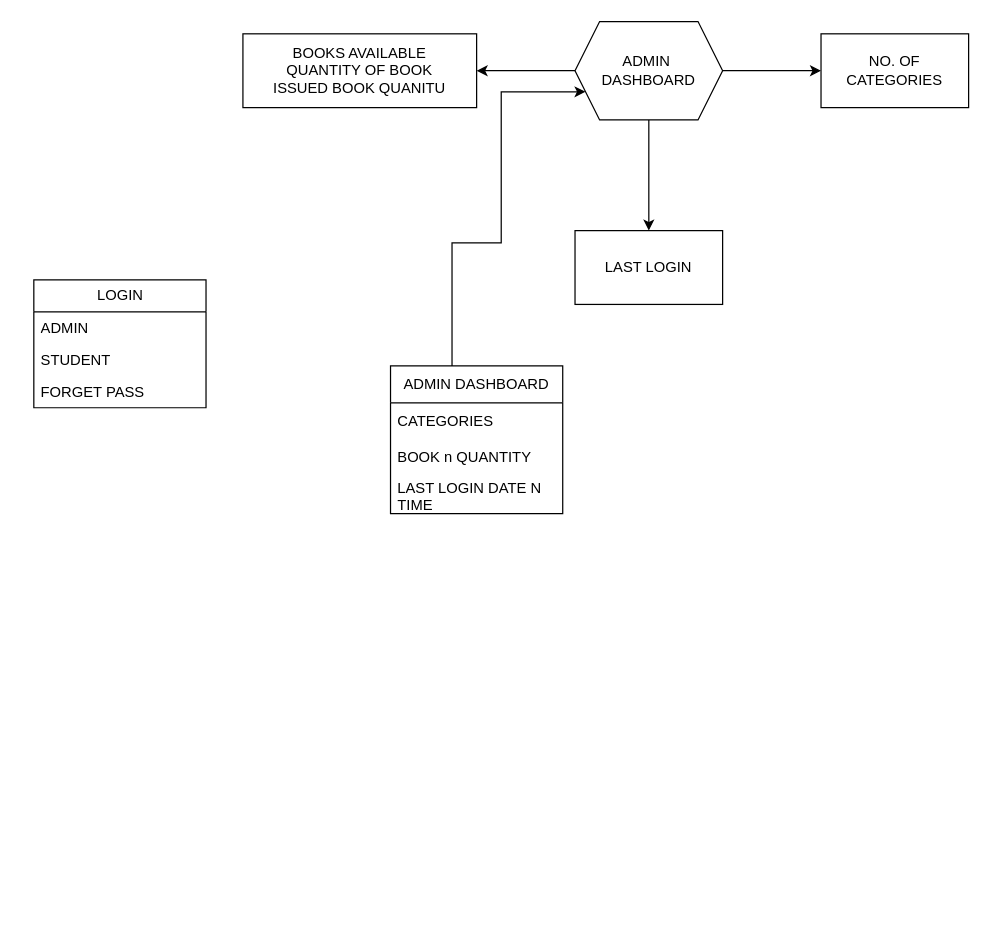
This is Untitled Diagram.drawio from Vyankatesh-Sabu/OOP-Project-2K24, a draw.io file, before an edit. Source tidied: cells renumbered, new cells numbered last; positions are measured from the earlier drawing's top-left corner, leaving out a move shared by most shapes. Both pictures are drawn from the tidied source at 123%, with x=0, y=0 at pixel (33, 21).
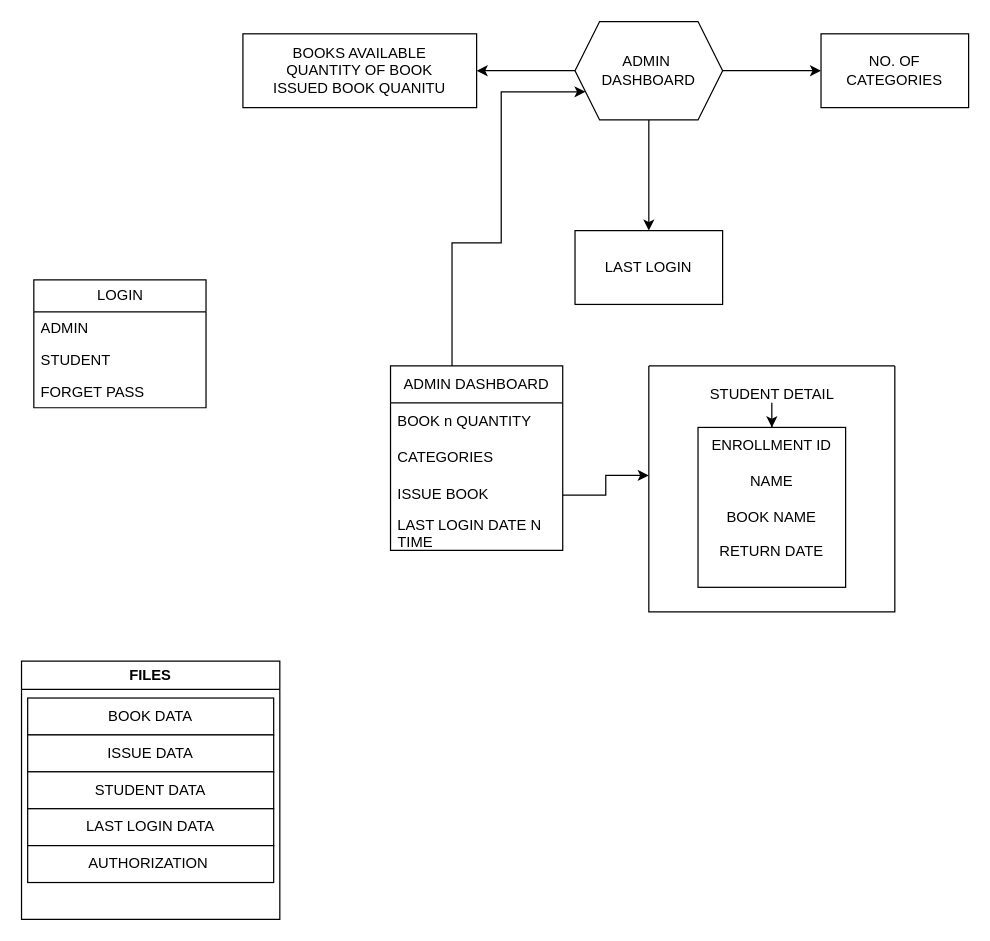
Above is the later version.

What changed in the source:
```diff
@@
     <mxCell id="14" value="ADMIN DASHBOARD" style="swimlane;fontStyle=0;horizontal=1;startSize=30;whiteSpace=wrap;html=1;" parent="1" vertex="1">
-      <mxGeometry x="290" y="280" width="140" height="120" as="geometry" />
+      <mxGeometry x="290" y="280" width="140" height="150" as="geometry" />
     </mxCell>
+    <mxCell id="16" value="BOOK n QUANTITY" style="text;strokeColor=none;fillColor=none;align=left;verticalAlign=middle;spacingLeft=4;spacingRight=4;overflow=hidden;whiteSpace=wrap;html=1;" parent="14" vertex="1">
+      <mxGeometry y="30" width="140" height="30" as="geometry" />
+    </mxCell>
     <mxCell id="15" value="CATEGORIES" style="text;strokeColor=none;fillColor=none;align=left;verticalAlign=middle;spacingLeft=4;spacingRight=4;overflow=hidden;whiteSpace=wrap;html=1;" parent="14" vertex="1">
-      <mxGeometry y="30" width="140" height="30" as="geometry" />
+      <mxGeometry y="60" width="140" height="30" as="geometry" />
     </mxCell>
-    <mxCell id="16" value="BOOK n QUANTITY" style="text;strokeColor=none;fillColor=none;align=left;verticalAlign=middle;spacingLeft=4;spacingRight=4;overflow=hidden;whiteSpace=wrap;html=1;" parent="14" vertex="1">
-      <mxGeometry y="60" width="140" height="30" as="geometry" />
-    </mxCell>
+    <mxCell id="18" value="ISSUE BOOK" style="text;strokeColor=none;fillColor=none;align=left;verticalAlign=middle;spacingLeft=4;spacingRight=4;overflow=hidden;points=[[0,0.5],[1,0.5]];portConstraint=eastwest;whiteSpace=wrap;html=1;" parent="14" vertex="1">
+      <mxGeometry y="90" width="140" height="30" as="geometry" />
+    </mxCell>
     <mxCell id="17" value="LAST LOGIN DATE N TIME" style="text;strokeColor=none;fillColor=none;align=left;verticalAlign=middle;spacingLeft=4;spacingRight=4;overflow=hidden;whiteSpace=wrap;html=1;" parent="14" vertex="1">
-      <mxGeometry y="90" width="140" height="30" as="geometry" />
+      <mxGeometry y="120" width="140" height="30" as="geometry" />
     </mxCell>
+    <mxCell id="19" style="swimlane;startSize=0;" parent="1" vertex="1">
+      <mxGeometry x="500" y="280" width="200" height="200" as="geometry" />
+    </mxCell>
+    <mxCell id="20" style="edgeStyle=orthogonalEdgeStyle;rounded=0;jettySize=auto;html=1;" parent="19" edge="1" source="21" target="22">
+      <mxGeometry relative="1" as="geometry" />
+    </mxCell>
+    <mxCell id="21" value="STUDENT DETAIL" style="text;html=1;align=center;verticalAlign=middle;points=[];strokeColor=none;fillColor=none;" parent="19" vertex="1">
+      <mxGeometry x="40" y="8" width="120" height="30" as="geometry" />
+    </mxCell>
+    <mxCell id="22" value="ENROLLMENT ID&lt;div&gt;&lt;br&gt;&lt;div&gt;NAME&lt;/div&gt;&lt;div&gt;&lt;br&gt;&lt;/div&gt;&lt;/div&gt;&lt;div&gt;BOOK NAME&lt;/div&gt;&lt;div&gt;&lt;br&gt;&lt;/div&gt;&lt;div&gt;RETURN DATE&lt;/div&gt;&lt;div&gt;&lt;br&gt;&lt;/div&gt;" style="whiteSpace=wrap;html=1;" parent="19" vertex="1">
+      <mxGeometry x="40" y="50" width="120" height="130" as="geometry" />
+    </mxCell>
+    <mxCell id="23" style="edgeStyle=orthogonalEdgeStyle;rounded=0;jettySize=auto;html=1;entryX=0;entryY=0.445;entryDx=0;entryDy=0;entryPerimeter=0;" parent="1" edge="1" source="18" target="19">
+      <mxGeometry relative="1" as="geometry" />
+    </mxCell>
+    <mxCell id="24" value="FILES" style="swimlane;whiteSpace=wrap;html=1;" parent="1" vertex="1">
+      <mxGeometry x="-10" y="520" width="210" height="210" as="geometry" />
+    </mxCell>
+    <mxCell id="25" value="BOOK DATA" style="whiteSpace=wrap;html=1;" parent="24" vertex="1">
+      <mxGeometry x="5" y="30" width="200" height="30" as="geometry" />
+    </mxCell>
+    <mxCell id="26" value="ISSUE DATA" style="whiteSpace=wrap;html=1;" parent="24" vertex="1">
+      <mxGeometry x="5" y="60" width="200" height="30" as="geometry" />
+    </mxCell>
+    <mxCell id="27" value="STUDENT DATA" style="whiteSpace=wrap;html=1;" parent="24" vertex="1">
+      <mxGeometry x="5" y="90" width="200" height="30" as="geometry" />
+    </mxCell>
+    <mxCell id="28" value="LAST LOGIN DATA" style="whiteSpace=wrap;html=1;" parent="24" vertex="1">
+      <mxGeometry x="5" y="120" width="200" height="30" as="geometry" />
+    </mxCell>
+    <mxCell id="29" value="AUTHORIZATION&amp;nbsp;" style="whiteSpace=wrap;html=1;" parent="24" vertex="1">
+      <mxGeometry x="5" y="150" width="200" height="30" as="geometry" />
+    </mxCell>
```
